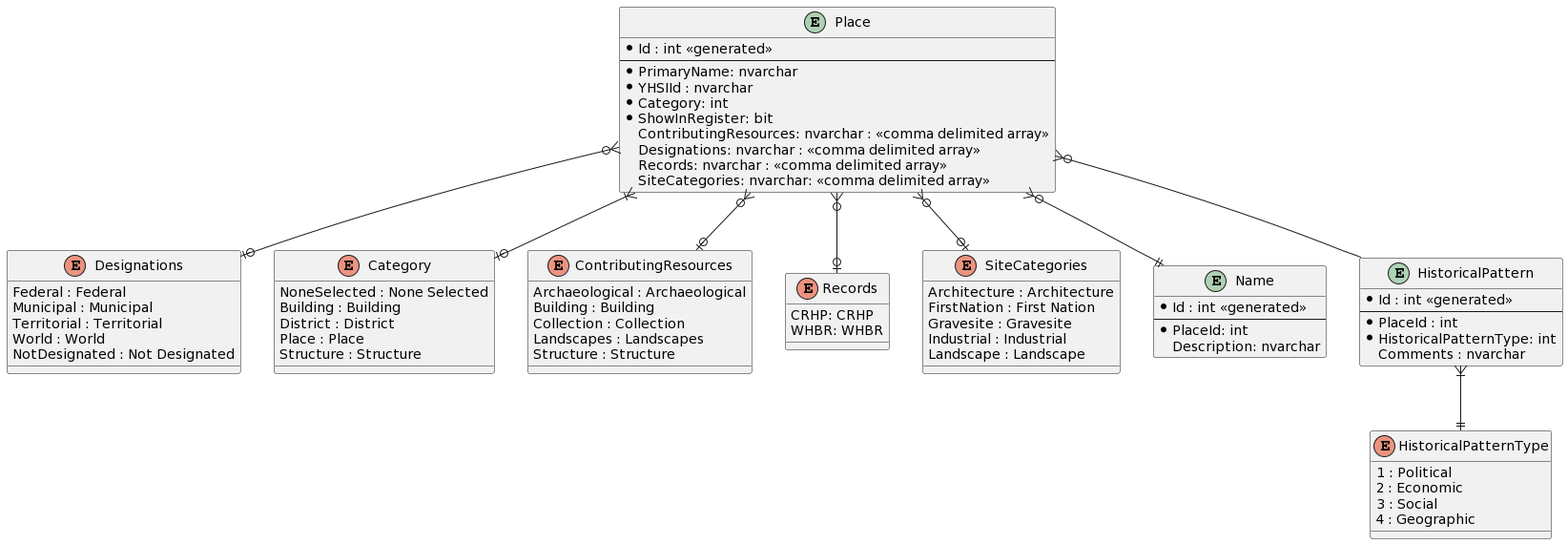
ytgov/yhsi keeps this PlantUML diagram as Design/change-tracking-and-approvals-data-modeling.png. Above is the earlier version.
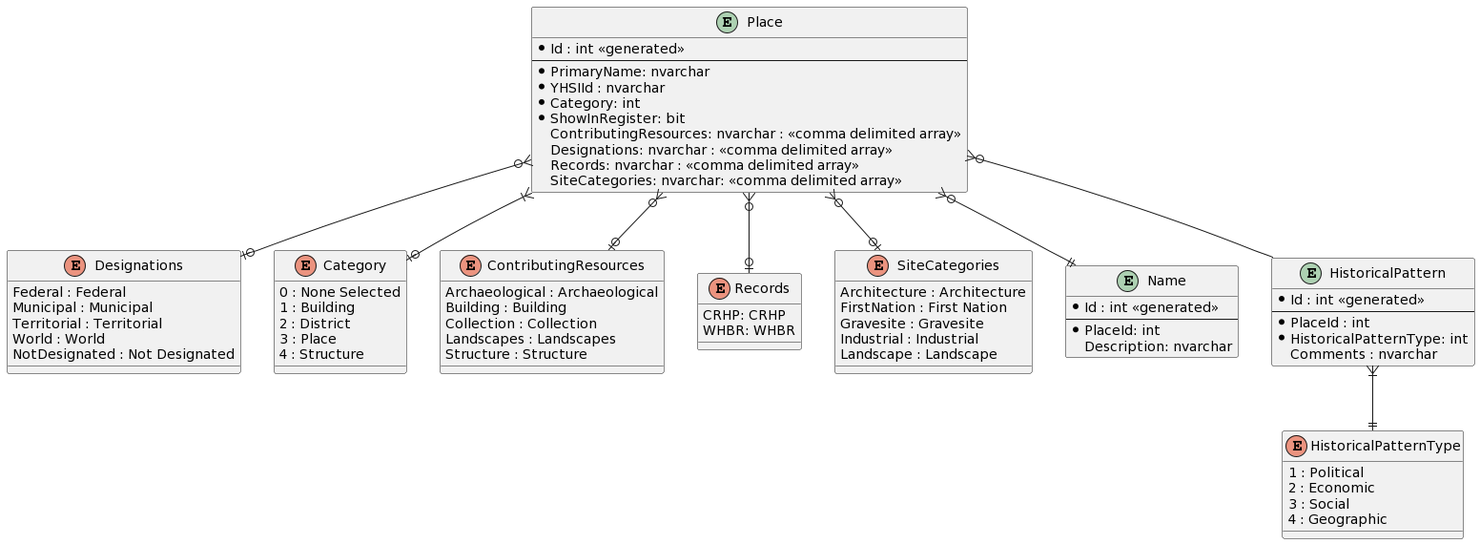
Later version of the same file.

Commit message:
:beetle: Match Category data modeling to actual implementation.

The edit, as a diff of the source:
```diff
@@ -21,11 +21,11 @@
 }
 
 enum "Category" as category {
-  NoneSelected : None Selected
-  Building : Building
-  District : District
-  Place : Place
-  Structure : Structure
+  0 : None Selected
+  1 : Building
+  2 : District
+  3 : Place
+  4 : Structure
 }
 
 enum "ContributingResources" as contributing_resources {
```
